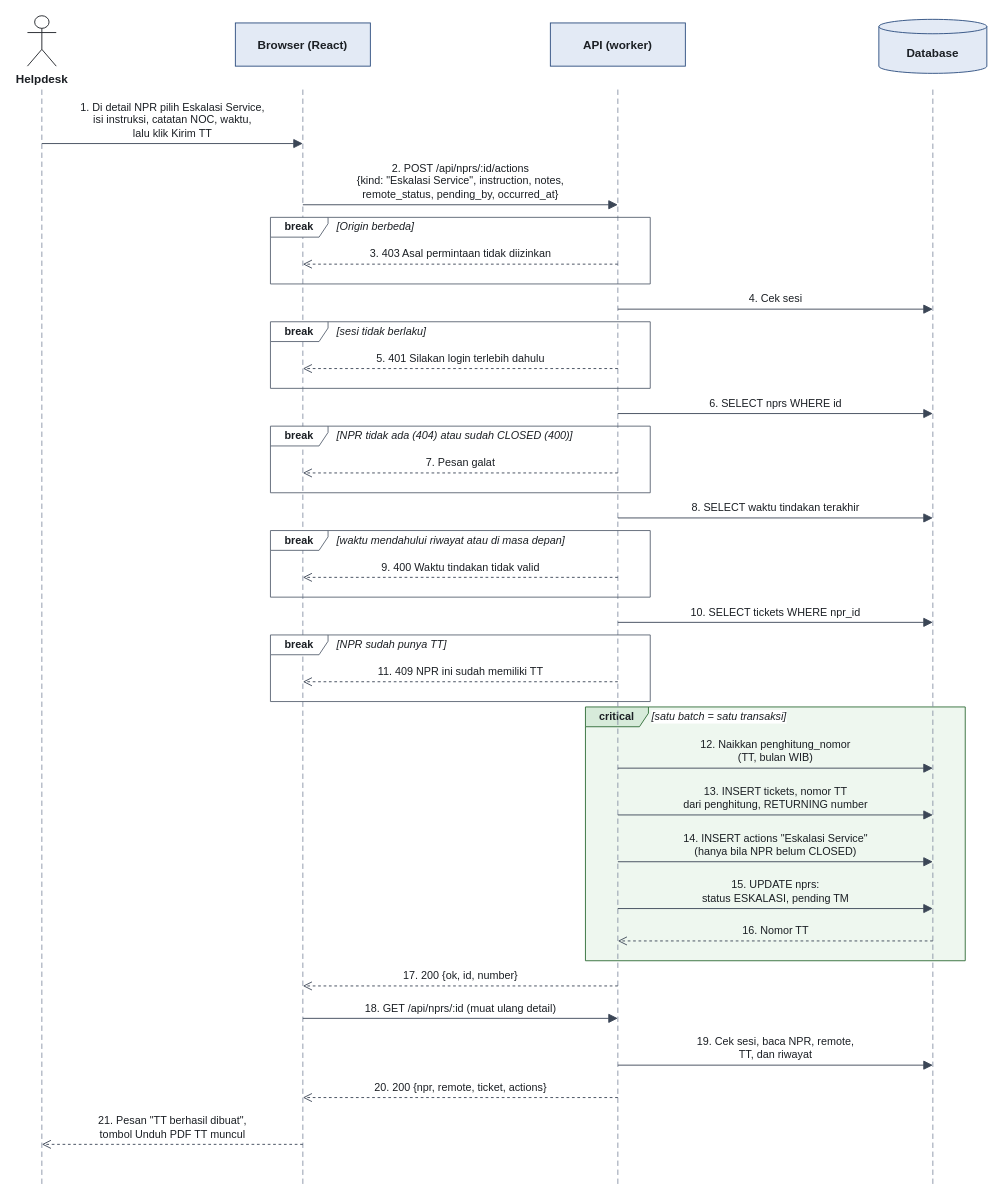
Earlier version of the draw.io diagram review/gambar/diagram/04c-sequence-eskalasi-tt.drawio (felicidad126/tyio). Source tidied: cells renumbered, new cells numbered last; positions are measured from the earlier drawing's top-left corner, leaving out a move shared by most shapes. Both pictures are drawn from the tidied source at 90%, with x=0, y=0 at pixel (27, 15).
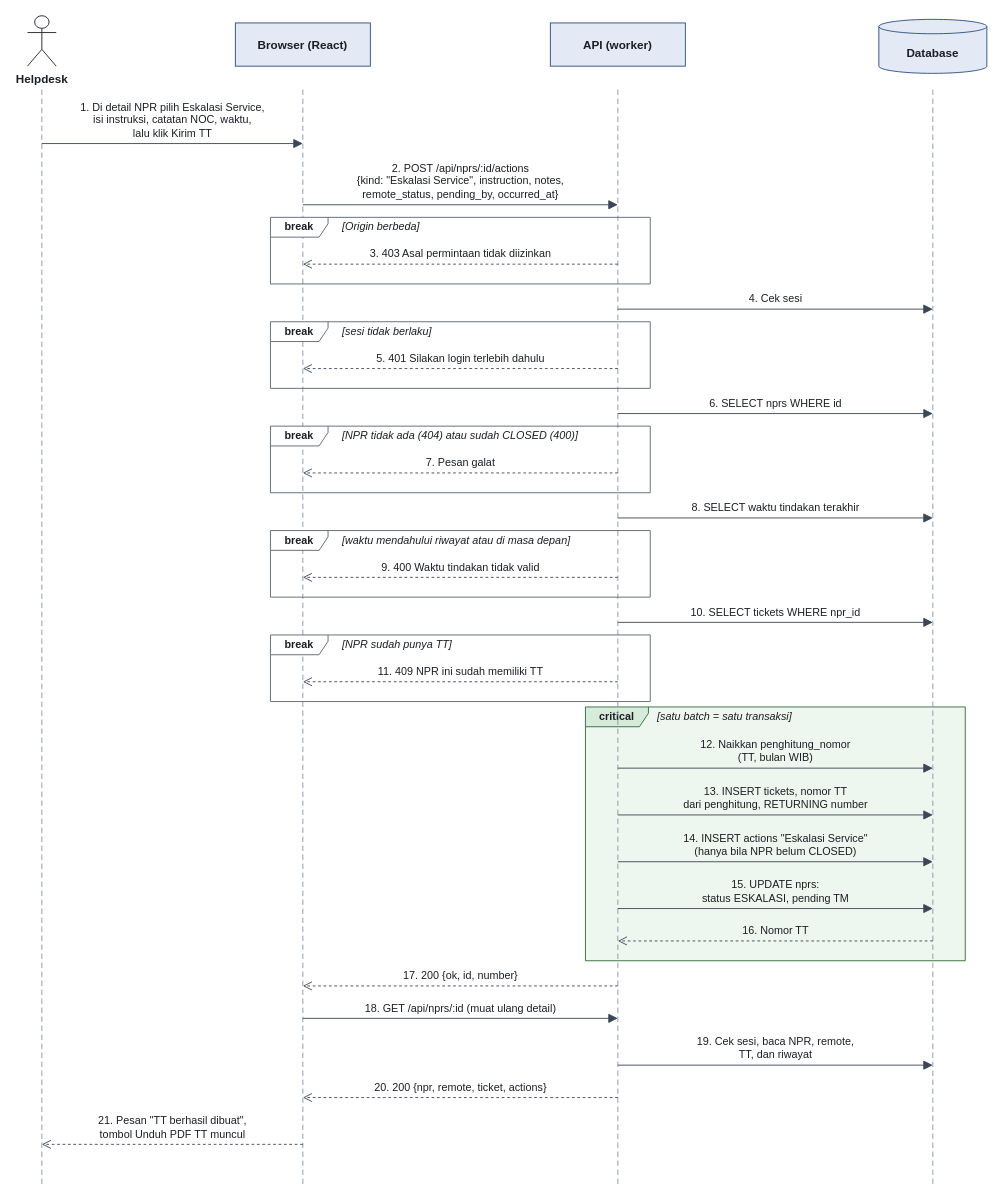
The same page after the edit.

Diff of the diagram source:
```diff
@@
     <mxCell id="8" value="[Origin berbeda]" style="fontFamily=Arial;fontColor=#1B1F24;text;html=1;fontSize=12;fontStyle=2;align=left;verticalAlign=middle;labelBackgroundColor=#FFFFFF;" parent="1" vertex="1">
-      <mxGeometry x="342" y="225" width="342" height="20" as="geometry" />
+      <mxGeometry x="348" y="225" width="336" height="20" as="geometry" />
     </mxCell>
@@
     <mxCell id="10" value="[sesi tidak berlaku]" style="fontFamily=Arial;fontColor=#1B1F24;text;html=1;fontSize=12;fontStyle=2;align=left;verticalAlign=middle;labelBackgroundColor=#FFFFFF;" parent="1" vertex="1">
-      <mxGeometry x="342" y="341" width="342" height="20" as="geometry" />
+      <mxGeometry x="348" y="341" width="336" height="20" as="geometry" />
     </mxCell>
@@
     <mxCell id="12" value="[NPR tidak ada (404) atau sudah CLOSED (400)]" style="fontFamily=Arial;fontColor=#1B1F24;text;html=1;fontSize=12;fontStyle=2;align=left;verticalAlign=middle;labelBackgroundColor=#FFFFFF;" parent="1" vertex="1">
-      <mxGeometry x="342" y="457" width="342" height="20" as="geometry" />
+      <mxGeometry x="348" y="457" width="336" height="20" as="geometry" />
     </mxCell>
@@
     <mxCell id="14" value="[waktu mendahului riwayat atau di masa depan]" style="fontFamily=Arial;fontColor=#1B1F24;text;html=1;fontSize=12;fontStyle=2;align=left;verticalAlign=middle;labelBackgroundColor=#FFFFFF;" parent="1" vertex="1">
-      <mxGeometry x="342" y="573" width="342" height="20" as="geometry" />
+      <mxGeometry x="348" y="573" width="336" height="20" as="geometry" />
     </mxCell>
@@
     <mxCell id="16" value="[NPR sudah punya TT]" style="fontFamily=Arial;fontColor=#1B1F24;text;html=1;fontSize=12;fontStyle=2;align=left;verticalAlign=middle;labelBackgroundColor=#FFFFFF;" parent="1" vertex="1">
-      <mxGeometry x="342" y="689" width="342" height="20" as="geometry" />
+      <mxGeometry x="348" y="689" width="336" height="20" as="geometry" />
     </mxCell>
-    <mxCell id="17" value="[satu batch = satu transaksi]" style="fontFamily=Arial;fontColor=#1B1F24;text;html=1;fontSize=12;fontStyle=2;align=left;verticalAlign=middle;labelBackgroundColor=#FFFFFF;" parent="1" vertex="1">
-      <mxGeometry x="692" y="769" width="342" height="20" as="geometry" />
+    <mxCell id="17" value="[satu batch = satu transaksi]" style="fontFamily=Arial;fontColor=#1B1F24;text;html=1;fontSize=12;fontStyle=2;align=left;verticalAlign=middle;labelBackgroundColor=#EEF7EF;" parent="1" vertex="1">
+      <mxGeometry x="698" y="769" width="336" height="20" as="geometry" />
     </mxCell>
```
